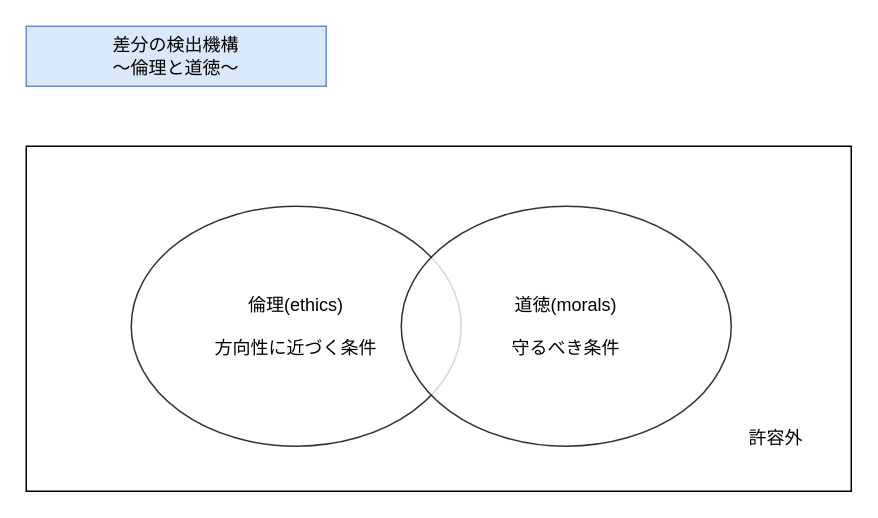
YossyIto/booklog_drowio keeps this draw.io diagram as qiita_differennce2.drawio. Above is the earlier version. Source tidied: cells renumbered, new cells numbered last; positions are measured from the earlier drawing's top-left corner, leaving out a move shared by most shapes. Both pictures are drawn from the tidied source at 150%, with x=0, y=0 at pixel (26, 26).
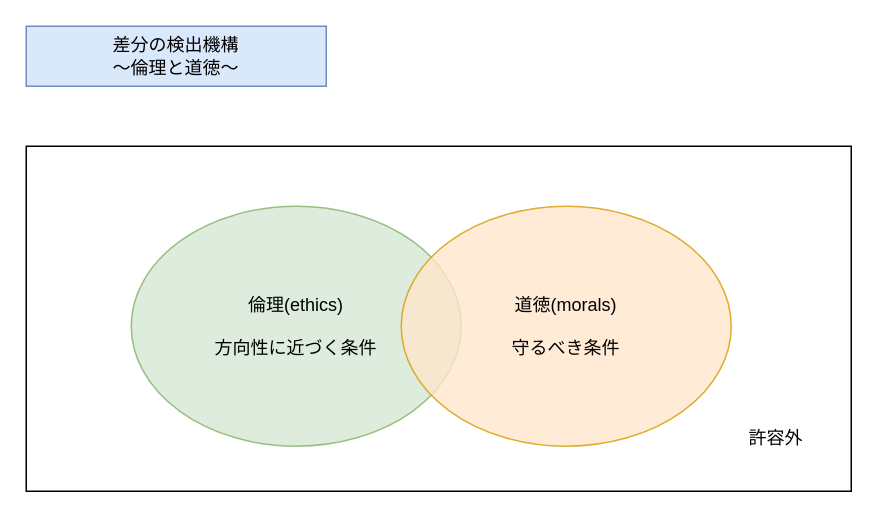
The same diagram, later.

Commit message (it also covers changes not shown here):
qiita_differennce2.drawio を更新します

Change to the diagram source:
```diff
@@
 <mxGraphModel>
   <root>
     <mxCell id="0" />
     <mxCell id="1" parent="0" />
     <mxCell id="2" value="差分の検出機構&lt;div&gt;～倫理と道徳～&lt;/div&gt;" style="text;html=1;align=center;verticalAlign=middle;whiteSpace=wrap;rounded=0;fillColor=#dae8fc;strokeColor=#6c8ebf;" parent="1" vertex="1">
       <mxGeometry width="200" height="40" as="geometry" />
     </mxCell>
     <mxCell id="3" style="rounded=0;whiteSpace=wrap;html=1;" parent="1" vertex="1">
       <mxGeometry y="80" width="550" height="230" as="geometry" />
     </mxCell>
-    <mxCell id="4" value="倫理&lt;span style=&quot;background-color: transparent; color: light-dark(rgb(0, 0, 0), rgb(255, 255, 255));&quot;&gt;(ethics)&lt;/span&gt;&lt;div&gt;&lt;br&gt;&lt;div&gt;方向性に近づく条件&lt;/div&gt;&lt;/div&gt;" style="ellipse;whiteSpace=wrap;html=1;shadow=0;opacity=80;" parent="1" vertex="1">
+    <mxCell id="4" value="倫理&lt;span style=&quot;background-color: transparent; color: light-dark(rgb(0, 0, 0), rgb(255, 255, 255));&quot;&gt;(ethics)&lt;/span&gt;&lt;div&gt;&lt;br&gt;&lt;div&gt;方向性に近づく条件&lt;/div&gt;&lt;/div&gt;" style="ellipse;whiteSpace=wrap;html=1;shadow=0;opacity=80;fillColor=#d5e8d4;strokeColor=#82b366;" parent="1" vertex="1">
       <mxGeometry x="70" y="120" width="220" height="160" as="geometry" />
     </mxCell>
-    <mxCell id="5" value="道徳&lt;span style=&quot;background-color: transparent; color: light-dark(rgb(0, 0, 0), rgb(255, 255, 255));&quot;&gt;(morals)&lt;/span&gt;&lt;div&gt;&lt;span style=&quot;background-color: transparent; color: light-dark(rgb(0, 0, 0), rgb(255, 255, 255));&quot;&gt;&lt;br&gt;&lt;/span&gt;&lt;/div&gt;&lt;div&gt;&lt;span style=&quot;background-color: transparent; color: light-dark(rgb(0, 0, 0), rgb(255, 255, 255));&quot;&gt;守るべき条件&lt;/span&gt;&lt;/div&gt;" style="ellipse;whiteSpace=wrap;html=1;opacity=80;" parent="1" vertex="1">
+    <mxCell id="5" value="道徳&lt;span style=&quot;background-color: transparent; color: light-dark(rgb(0, 0, 0), rgb(255, 255, 255));&quot;&gt;(morals)&lt;/span&gt;&lt;div&gt;&lt;span style=&quot;background-color: transparent; color: light-dark(rgb(0, 0, 0), rgb(255, 255, 255));&quot;&gt;&lt;br&gt;&lt;/span&gt;&lt;/div&gt;&lt;div&gt;&lt;span style=&quot;background-color: transparent; color: light-dark(rgb(0, 0, 0), rgb(255, 255, 255));&quot;&gt;守るべき条件&lt;/span&gt;&lt;/div&gt;" style="ellipse;whiteSpace=wrap;html=1;opacity=80;fillColor=#ffe6cc;strokeColor=#d79b00;" parent="1" vertex="1">
       <mxGeometry x="250" y="120" width="220" height="160" as="geometry" />
     </mxCell>
     <mxCell id="6" value="許容外" style="text;html=1;align=center;verticalAlign=middle;whiteSpace=wrap;rounded=0;" parent="1" vertex="1">
       <mxGeometry x="470" y="260" width="60" height="30" as="geometry" />
     </mxCell>
   </root>
 </mxGraphModel>
```
